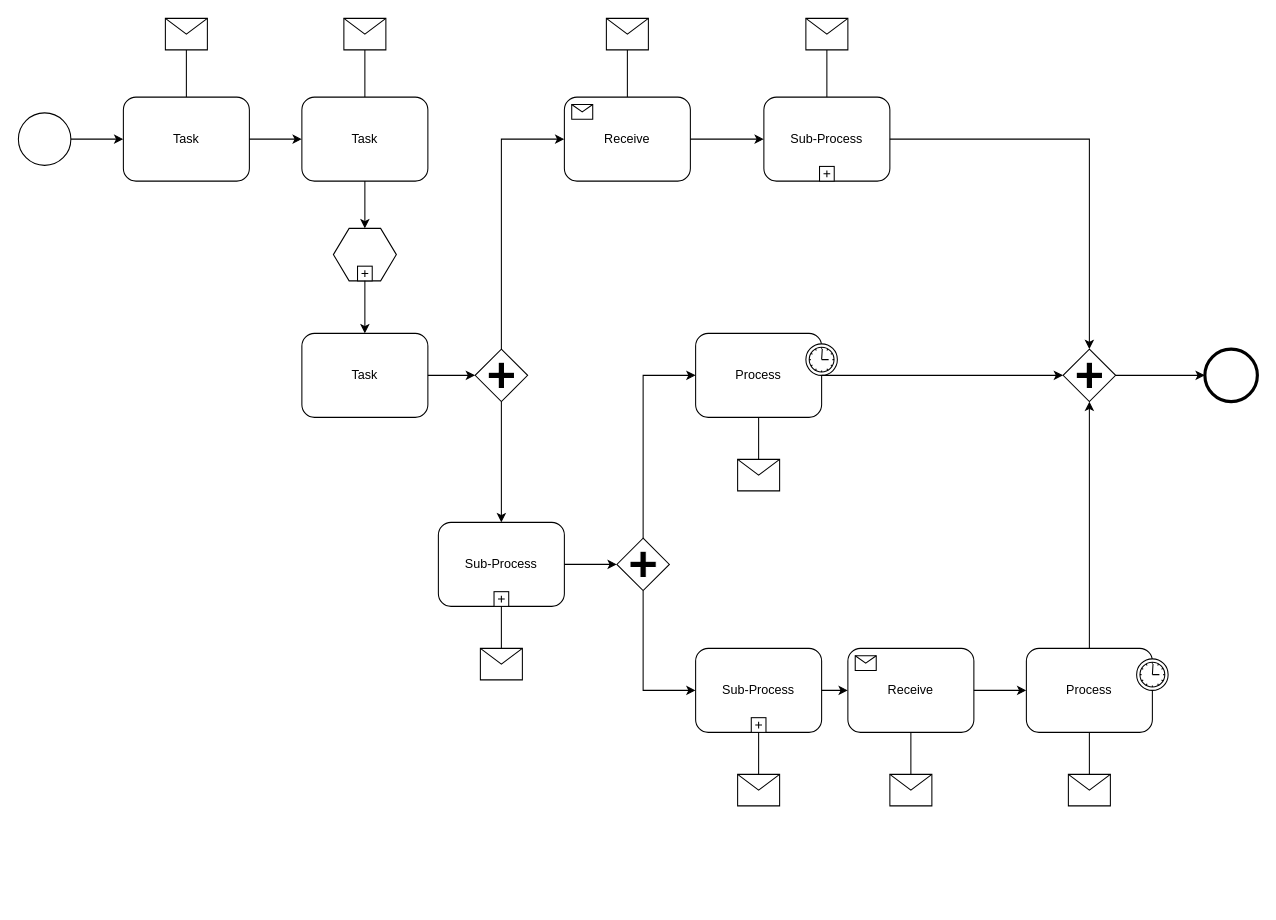
Above: Diagrama sem nome.drawio in Nero114/Nero114 (draw.io), before the change. Source tidied: cells renumbered, new cells numbered last; positions are measured from the earlier drawing's top-left corner, leaving out a move shared by most shapes. Both pictures are drawn from the tidied source at 105%, with x=0, y=0 at pixel (18, 18).
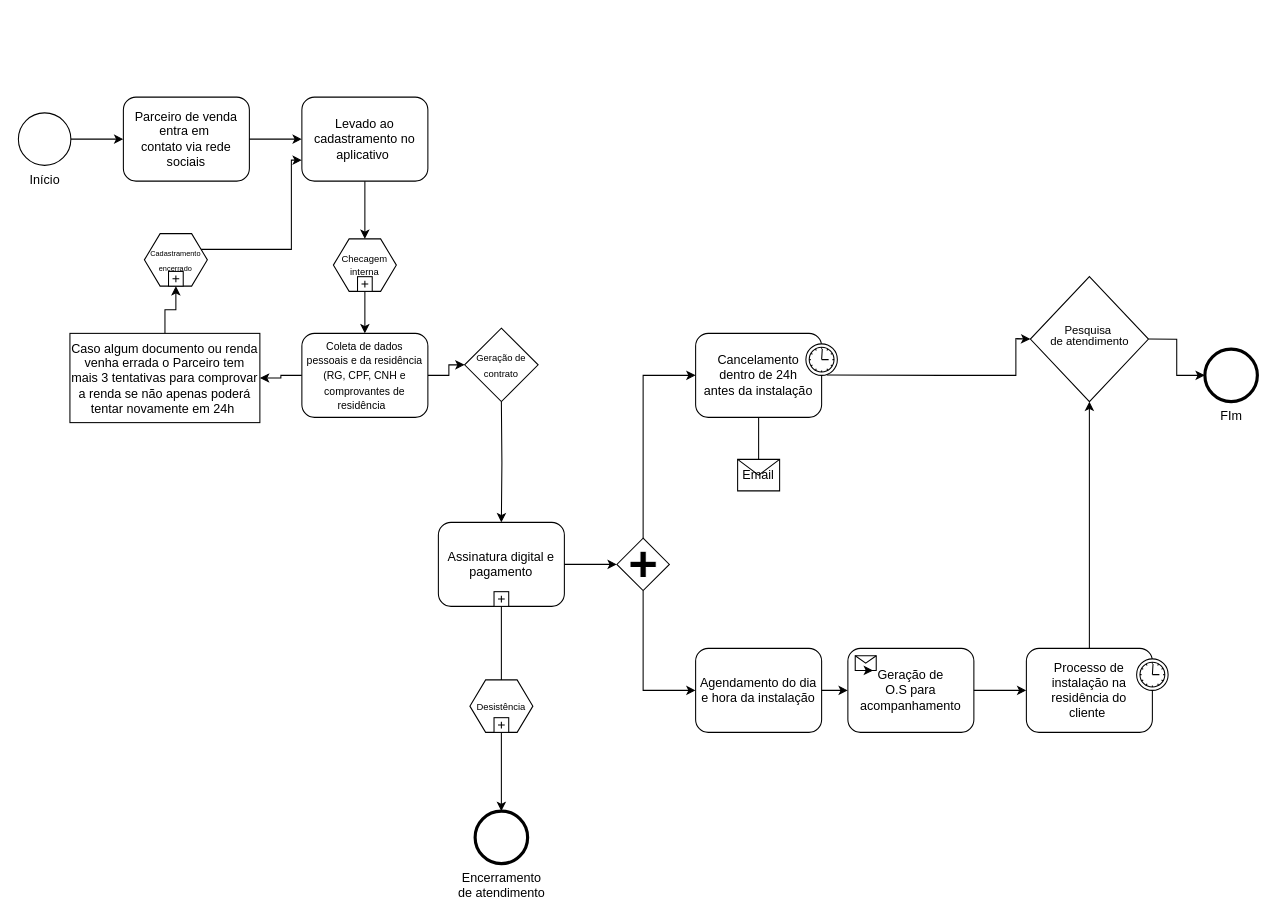
The same page after the edit.

The change refers to these unchanged cells:
```xml
<mxCell id="20" style="html=1;shape=message;" parent="19" vertex="1">
  <mxGeometry width="20" height="14" relative="1" as="geometry">
    <mxPoint x="7" y="7" as="offset" />
  </mxGeometry>
</mxCell>
```

What changed in the source:
```diff
@@
-    <mxCell id="2" style="shape=mxgraph.bpmn.shape;html=1;verticalLabelPosition=bottom;labelBackgroundColor=#ffffff;verticalAlign=top;perimeter=ellipsePerimeter;outline=standard;symbol=general;" parent="1" vertex="1">
+    <mxCell id="2" value="Início" style="shape=mxgraph.bpmn.shape;html=1;verticalLabelPosition=bottom;labelBackgroundColor=#ffffff;verticalAlign=top;perimeter=ellipsePerimeter;outline=standard;symbol=general;" parent="1" vertex="1">
       <mxGeometry y="90" width="50" height="50" as="geometry" />
     </mxCell>
-    <mxCell id="3" value="Task" style="shape=ext;rounded=1;html=1;whiteSpace=wrap;" parent="1" vertex="1">
+    <mxCell id="3" value="&lt;font style=&quot;font-size: 12px;&quot;&gt;Parceiro de venda entra em&amp;nbsp;&lt;br&gt;contato via rede sociais&lt;br&gt;&lt;/font&gt;" style="shape=ext;rounded=1;html=1;whiteSpace=wrap;" parent="1" vertex="1">
       <mxGeometry x="100" y="75" width="120" height="80" as="geometry" />
     </mxCell>
-    <mxCell id="4" value="Task" style="shape=ext;rounded=1;html=1;whiteSpace=wrap;" parent="1" vertex="1">
+    <mxCell id="4" value="Levado ao cadastramento no aplicativo&amp;nbsp;" style="shape=ext;rounded=1;html=1;whiteSpace=wrap;" parent="1" vertex="1">
       <mxGeometry x="270" y="75" width="120" height="80" as="geometry" />
     </mxCell>
-    <mxCell id="5" style="shape=message;whiteSpace=wrap;html=1;" parent="1" vertex="1">
-      <mxGeometry x="140" width="40" height="30" as="geometry" />
-    </mxCell>
-    <mxCell id="6" style="shape=message;whiteSpace=wrap;html=1;" parent="1" vertex="1">
-      <mxGeometry x="310" width="40" height="30" as="geometry" />
-    </mxCell>
-    <mxCell id="7" style="shape=hexagon;whiteSpace=wrap;html=1;perimeter=hexagonPerimeter;" parent="1" vertex="1">
-      <mxGeometry x="300" y="200" width="60" height="50" as="geometry" />
+    <mxCell id="7" value="&lt;p style=&quot;line-height: 90%;&quot;&gt;&lt;font style=&quot;font-size: 9px;&quot;&gt;Checagem interna&lt;/font&gt;&lt;/p&gt;" style="shape=hexagon;whiteSpace=wrap;html=1;perimeter=hexagonPerimeter;" parent="1" vertex="1">
+      <mxGeometry x="300" y="210" width="60" height="50" as="geometry" />
     </mxCell>
@@
+    <mxCell id="61" style="edgeStyle=orthogonalEdgeStyle;rounded=0;jettySize=auto;html=1;entryX=1;entryY=0.5;entryDx=0;entryDy=0;" parent="1" edge="1" source="9" target="66">
+      <mxGeometry relative="1" as="geometry" />
+    </mxCell>
+    <mxCell id="62" style="edgeStyle=orthogonalEdgeStyle;rounded=0;jettySize=auto;html=1;" parent="1" edge="1" source="9" target="67">
+      <mxGeometry relative="1" as="geometry" />
+    </mxCell>
-    <mxCell id="9" value="Task" style="shape=ext;rounded=1;html=1;whiteSpace=wrap;" parent="1" vertex="1">
+    <mxCell id="9" value="&lt;font style=&quot;font-size: 10px;&quot;&gt;Coleta de dados&lt;br&gt;pessoais e da residência (RG, CPF, CNH e comprovantes de residência&amp;nbsp;&amp;nbsp;&lt;/font&gt;" style="shape=ext;rounded=1;html=1;whiteSpace=wrap;" parent="1" vertex="1">
       <mxGeometry x="270" y="300" width="120" height="80" as="geometry" />
     </mxCell>
-    <mxCell id="10" style="shape=mxgraph.bpmn.shape;html=1;verticalLabelPosition=bottom;labelBackgroundColor=#ffffff;verticalAlign=top;perimeter=rhombusPerimeter;background=gateway;outline=none;symbol=parallelGw;" parent="1" vertex="1">
-      <mxGeometry x="435" y="315" width="50" height="50" as="geometry" />
-    </mxCell>
-    <mxCell id="11" value="Sub-Process" style="html=1;whiteSpace=wrap;rounded=1;" parent="1" vertex="1">
-      <mxGeometry x="710" y="75" width="120" height="80" as="geometry" />
-    </mxCell>
-    <mxCell id="12" style="html=1;shape=plus;" parent="11" vertex="1">
-      <mxGeometry x="0.5" y="1" width="14" height="14" relative="1" as="geometry">
-        <mxPoint x="-7" y="-14" as="offset" />
-      </mxGeometry>
-    </mxCell>
-    <mxCell id="13" value="Receive" style="html=1;whiteSpace=wrap;rounded=1;" parent="1" vertex="1">
-      <mxGeometry x="520" y="75" width="120" height="80" as="geometry" />
-    </mxCell>
-    <mxCell id="14" style="html=1;shape=message;" parent="13" vertex="1">
-      <mxGeometry width="20" height="14" relative="1" as="geometry">
-        <mxPoint x="7" y="7" as="offset" />
-      </mxGeometry>
-    </mxCell>
-    <mxCell id="15" value="Process" style="html=1;whiteSpace=wrap;rounded=1;" parent="1" vertex="1">
+    <mxCell id="15" value="Cancelamento &lt;br&gt;dentro de 24h&lt;br&gt;antes da instalação" style="html=1;whiteSpace=wrap;rounded=1;" parent="1" vertex="1">
       <mxGeometry x="645" y="300" width="120" height="80" as="geometry" />
     </mxCell>
@@
-    <mxCell id="17" value="Process" style="html=1;whiteSpace=wrap;rounded=1;" parent="1" vertex="1">
+    <mxCell id="17" value="Processo de instalação na residência do &lt;br&gt;cliente&amp;nbsp;" style="html=1;whiteSpace=wrap;rounded=1;" parent="1" vertex="1">
       <mxGeometry x="960" y="600" width="120" height="80" as="geometry" />
     </mxCell>
@@
-    <mxCell id="19" value="Receive" style="html=1;whiteSpace=wrap;rounded=1;" parent="1" vertex="1">
+    <mxCell id="19" value="Geração de &lt;br&gt;O.S para acompanhamento" style="html=1;whiteSpace=wrap;rounded=1;" parent="1" vertex="1">
       <mxGeometry x="790" y="600" width="120" height="80" as="geometry" />
     </mxCell>
@@
+    <mxCell id="63" style="edgeStyle=orthogonalEdgeStyle;rounded=0;orthogonalLoop=1;jettySize=auto;html=1;exitX=0.5;exitY=1;exitDx=0;exitDy=0;entryX=0.85;entryY=0.95;entryDx=0;entryDy=0;entryPerimeter=0;" parent="19" edge="1" source="20" target="20">
+      <mxGeometry relative="1" as="geometry" />
+    </mxCell>
-    <mxCell id="21" value="Sub-Process" style="html=1;whiteSpace=wrap;rounded=1;" parent="1" vertex="1">
+    <mxCell id="21" value="Agendamento do dia e hora da instalação" style="html=1;whiteSpace=wrap;rounded=1;" parent="1" vertex="1">
       <mxGeometry x="645" y="600" width="120" height="80" as="geometry" />
     </mxCell>
-    <mxCell id="22" style="html=1;shape=plus;" parent="21" vertex="1">
-      <mxGeometry x="0.5" y="1" width="14" height="14" relative="1" as="geometry">
-        <mxPoint x="-7" y="-14" as="offset" />
-      </mxGeometry>
-    </mxCell>
-    <mxCell id="23" style="shape=mxgraph.bpmn.shape;html=1;verticalLabelPosition=bottom;labelBackgroundColor=#ffffff;verticalAlign=top;perimeter=rhombusPerimeter;background=gateway;outline=none;symbol=parallelGw;" parent="1" vertex="1">
-      <mxGeometry x="995" y="315" width="50" height="50" as="geometry" />
-    </mxCell>
-    <mxCell id="24" style="shape=mxgraph.bpmn.shape;html=1;verticalLabelPosition=bottom;labelBackgroundColor=#ffffff;verticalAlign=top;perimeter=ellipsePerimeter;outline=end;symbol=general;" parent="1" vertex="1">
+    <mxCell id="24" value="FIm" style="shape=mxgraph.bpmn.shape;html=1;verticalLabelPosition=bottom;labelBackgroundColor=#ffffff;verticalAlign=top;perimeter=ellipsePerimeter;outline=end;symbol=general;" parent="1" vertex="1">
       <mxGeometry x="1130" y="315" width="50" height="50" as="geometry" />
     </mxCell>
-    <mxCell id="25" style="shape=message;whiteSpace=wrap;html=1;" parent="1" vertex="1">
-      <mxGeometry x="560" width="40" height="30" as="geometry" />
-    </mxCell>
-    <mxCell id="26" style="shape=message;whiteSpace=wrap;html=1;" parent="1" vertex="1">
-      <mxGeometry x="750" width="40" height="30" as="geometry" />
-    </mxCell>
+    <mxCell id="64" style="edgeStyle=orthogonalEdgeStyle;rounded=0;jettySize=auto;html=1;" parent="1" edge="1" source="27" target="71">
+      <mxGeometry relative="1" as="geometry" />
+    </mxCell>
-    <mxCell id="27" value="Sub-Process" style="html=1;whiteSpace=wrap;rounded=1;" parent="1" vertex="1">
+    <mxCell id="27" value="Assinatura digital e&lt;br&gt;pagamento" style="html=1;whiteSpace=wrap;rounded=1;" parent="1" vertex="1">
       <mxGeometry x="400" y="480" width="120" height="80" as="geometry" />
     </mxCell>
@@
-    <mxCell id="29" style="shape=message;whiteSpace=wrap;html=1;" parent="1" vertex="1">
-      <mxGeometry x="440" y="600" width="40" height="30" as="geometry" />
-    </mxCell>
-    <mxCell id="30" style="shape=message;whiteSpace=wrap;html=1;" parent="1" vertex="1">
-      <mxGeometry x="830" y="720" width="40" height="30" as="geometry" />
-    </mxCell>
-    <mxCell id="31" style="shape=message;whiteSpace=wrap;html=1;" parent="1" vertex="1">
-      <mxGeometry x="1000" y="720" width="40" height="30" as="geometry" />
-    </mxCell>
-    <mxCell id="32" style="shape=message;whiteSpace=wrap;html=1;" parent="1" vertex="1">
-      <mxGeometry x="685" y="720" width="40" height="30" as="geometry" />
-    </mxCell>
-    <mxCell id="33" style="shape=message;whiteSpace=wrap;html=1;" parent="1" vertex="1">
+    <mxCell id="33" value="Email" style="shape=message;whiteSpace=wrap;html=1;" parent="1" vertex="1">
       <mxGeometry x="685" y="420" width="40" height="30" as="geometry" />
     </mxCell>
@@
-    <mxCell id="35" style="edgeStyle=orthogonalEdgeStyle;rounded=0;html=1;jettySize=auto;endArrow=none;endFill=0;" parent="1" edge="1" source="5" target="3">
-      <mxGeometry relative="1" as="geometry" />
-    </mxCell>
-    <mxCell id="36" style="edgeStyle=orthogonalEdgeStyle;rounded=0;html=1;jettySize=auto;endArrow=none;endFill=0;" parent="1" edge="1" source="6" target="4">
-      <mxGeometry relative="1" as="geometry" />
-    </mxCell>
@@
-    <mxCell id="38" style="edgeStyle=orthogonalEdgeStyle;rounded=0;html=1;jettySize=auto;" parent="1" edge="1" source="13" target="11">
-      <mxGeometry relative="1" as="geometry" />
-    </mxCell>
-    <mxCell id="39" style="edgeStyle=orthogonalEdgeStyle;rounded=0;html=1;jettySize=auto;endArrow=none;endFill=0;" parent="1" edge="1" source="25" target="13">
-      <mxGeometry relative="1" as="geometry" />
-    </mxCell>
-    <mxCell id="40" style="edgeStyle=orthogonalEdgeStyle;rounded=0;html=1;jettySize=auto;endArrow=none;endFill=0;" parent="1" edge="1" source="26" target="11">
-      <mxGeometry relative="1" as="geometry" />
-    </mxCell>
-    <mxCell id="41" style="edgeStyle=orthogonalEdgeStyle;rounded=0;html=1;jettySize=auto;" parent="1" edge="1" source="11" target="23">
-      <mxGeometry relative="1" as="geometry">
-        <Array as="points">
-          <mxPoint x="1020" y="115" />
-        </Array>
-      </mxGeometry>
-    </mxCell>
-    <mxCell id="42" style="edgeStyle=orthogonalEdgeStyle;rounded=0;html=1;jettySize=auto;" parent="1" edge="1" source="15" target="23">
-      <mxGeometry relative="1" as="geometry" />
-    </mxCell>
-    <mxCell id="43" style="edgeStyle=orthogonalEdgeStyle;rounded=0;html=1;jettySize=auto;" parent="1" edge="1" source="17" target="23">
-      <mxGeometry relative="1" as="geometry" />
+    <mxCell id="43" style="edgeStyle=orthogonalEdgeStyle;rounded=0;html=1;jettySize=auto;" parent="1" edge="1" source="17">
+      <mxGeometry relative="1" as="geometry">
+        <mxPoint x="1020" y="365" as="targetPoint" />
+      </mxGeometry>
     </mxCell>
-    <mxCell id="44" style="edgeStyle=orthogonalEdgeStyle;rounded=0;html=1;jettySize=auto;" parent="1" edge="1" source="23" target="24">
+    <mxCell id="44" style="edgeStyle=orthogonalEdgeStyle;rounded=0;html=1;jettySize=auto;exitX=1;exitY=0.5;exitDx=0;exitDy=0;" parent="1" edge="1" source="72" target="24">
       <mxGeometry relative="1" as="geometry" />
     </mxCell>
@@
-    <mxCell id="47" style="edgeStyle=orthogonalEdgeStyle;rounded=0;html=1;jettySize=auto;" parent="1" edge="1" source="9" target="10">
-      <mxGeometry relative="1" as="geometry" />
-    </mxCell>
-    <mxCell id="48" style="edgeStyle=orthogonalEdgeStyle;rounded=0;html=1;jettySize=auto;" parent="1" edge="1" source="10" target="13">
-      <mxGeometry relative="1" as="geometry">
-        <Array as="points">
-          <mxPoint x="460" y="115" />
-        </Array>
-      </mxGeometry>
-    </mxCell>
-    <mxCell id="49" style="edgeStyle=orthogonalEdgeStyle;rounded=0;html=1;jettySize=auto;" parent="1" edge="1" source="10" target="27">
-      <mxGeometry relative="1" as="geometry" />
+    <mxCell id="49" style="edgeStyle=orthogonalEdgeStyle;rounded=0;html=1;jettySize=auto;" parent="1" edge="1" target="27">
+      <mxGeometry relative="1" as="geometry">
+        <mxPoint x="460" y="365" as="sourcePoint" />
+      </mxGeometry>
     </mxCell>
-    <mxCell id="50" style="edgeStyle=orthogonalEdgeStyle;rounded=0;html=1;jettySize=auto;endArrow=none;endFill=0;" parent="1" edge="1" source="29" target="27">
-      <mxGeometry relative="1" as="geometry" />
-    </mxCell>
@@
-    <mxCell id="57" style="edgeStyle=orthogonalEdgeStyle;rounded=0;html=1;jettySize=auto;endArrow=none;endFill=0;" parent="1" edge="1" source="32" target="21">
-      <mxGeometry relative="1" as="geometry" />
-    </mxCell>
-    <mxCell id="58" style="edgeStyle=orthogonalEdgeStyle;rounded=0;html=1;jettySize=auto;endArrow=none;endFill=0;" parent="1" edge="1" source="30" target="19">
-      <mxGeometry relative="1" as="geometry" />
-    </mxCell>
-    <mxCell id="59" style="edgeStyle=orthogonalEdgeStyle;rounded=0;html=1;jettySize=auto;endArrow=none;endFill=0;" parent="1" edge="1" source="31" target="17">
-      <mxGeometry relative="1" as="geometry" />
-    </mxCell>
@@
+    <mxCell id="65" style="edgeStyle=orthogonalEdgeStyle;rounded=0;jettySize=auto;html=1;" parent="1" edge="1" source="66" target="70">
+      <mxGeometry relative="1" as="geometry" />
+    </mxCell>
+    <mxCell id="66" value="&lt;font style=&quot;font-size: 12px;&quot;&gt;Caso algum documento ou renda venha errada o Parceiro tem mais 3 tentativas para comprovar a renda se não apenas poderá tentar novamente em 24h&amp;nbsp;&lt;/font&gt;" style="whiteSpace=wrap;html=1;" parent="1" vertex="1">
+      <mxGeometry x="49.1" y="300" width="180.9" height="85" as="geometry" />
+    </mxCell>
+    <mxCell id="67" value="&lt;font style=&quot;font-size: 9px;&quot;&gt;Geração de&lt;br&gt;contrato&lt;/font&gt;" style="rhombus;whiteSpace=wrap;html=1;" parent="1" vertex="1">
+      <mxGeometry x="425" y="295" width="70" height="70" as="geometry" />
+    </mxCell>
+    <mxCell id="68" style="edgeStyle=orthogonalEdgeStyle;rounded=0;jettySize=auto;html=1;entryX=0;entryY=0.75;entryDx=0;entryDy=0;" parent="1" edge="1" target="4">
+      <mxGeometry relative="1" as="geometry">
+        <mxPoint x="170" y="245" as="sourcePoint" />
+        <Array as="points">
+          <mxPoint x="170" y="220" />
+          <mxPoint x="260" y="220" />
+          <mxPoint x="260" y="135" />
+        </Array>
+      </mxGeometry>
+    </mxCell>
+    <mxCell id="69" value="&lt;p style=&quot;line-height: 0%;&quot;&gt;&lt;font style=&quot;font-size: 7px;&quot;&gt;Cadastramento&lt;/font&gt;&lt;/p&gt;&lt;p style=&quot;line-height: 0%;&quot;&gt;&lt;font style=&quot;font-size: 7px;&quot;&gt;encerrado&lt;/font&gt;&lt;/p&gt;" style="shape=hexagon;whiteSpace=wrap;html=1;perimeter=hexagonPerimeter;" parent="1" vertex="1">
+      <mxGeometry x="120" y="205" width="60" height="50" as="geometry" />
+    </mxCell>
+    <mxCell id="70" style="html=1;shape=plus;" parent="69" vertex="1">
+      <mxGeometry x="0.5" y="1" width="14" height="14" relative="1" as="geometry">
+        <mxPoint x="-7" y="-14" as="offset" />
+      </mxGeometry>
+    </mxCell>
+    <mxCell id="71" value="Encerramento&lt;br&gt;de atendimento" style="shape=mxgraph.bpmn.shape;html=1;verticalLabelPosition=bottom;labelBackgroundColor=#ffffff;verticalAlign=top;perimeter=ellipsePerimeter;outline=end;symbol=general;" parent="1" vertex="1">
+      <mxGeometry x="435" y="755" width="50" height="50" as="geometry" />
+    </mxCell>
+    <mxCell id="72" value="&lt;p style=&quot;line-height: 50%; font-size: 9px;&quot;&gt;&lt;font style=&quot;font-size: 13px;&quot;&gt;&lt;sup&gt;Pesquisa&amp;nbsp;&lt;br style=&quot;font-size: 13px;&quot;&gt;de atendimento&lt;/sup&gt;&lt;br&gt;&lt;/font&gt;&lt;/p&gt;" style="rhombus;whiteSpace=wrap;html=1;" parent="1" vertex="1">
+      <mxGeometry x="963.8" y="245.9" width="112.5" height="119.1" as="geometry" />
+    </mxCell>
+    <mxCell id="73" style="endArrow=classic;html=1;rounded=0;entryX=0;entryY=0.5;entryDx=0;entryDy=0;" parent="1" edge="1" target="72">
+      <mxGeometry relative="1" as="geometry">
+        <mxPoint x="770" y="339.7" as="sourcePoint" />
+        <Array as="points">
+          <mxPoint x="880" y="340" />
+          <mxPoint x="950" y="340" />
+          <mxPoint x="950" y="305" />
+        </Array>
+      </mxGeometry>
+    </mxCell>
+    <mxCell id="74" value="&lt;p style=&quot;line-height: 90%;&quot;&gt;&lt;font style=&quot;font-size: 9px;&quot;&gt;Desistência&lt;/font&gt;&lt;/p&gt;" style="shape=hexagon;whiteSpace=wrap;html=1;perimeter=hexagonPerimeter;" parent="1" vertex="1">
+      <mxGeometry x="430" y="630" width="60" height="50" as="geometry" />
+    </mxCell>
+    <mxCell id="75" style="html=1;shape=plus;" parent="74" vertex="1">
+      <mxGeometry x="0.5" y="1" width="14" height="14" relative="1" as="geometry">
+        <mxPoint x="-7" y="-14" as="offset" />
+      </mxGeometry>
+    </mxCell>
```
